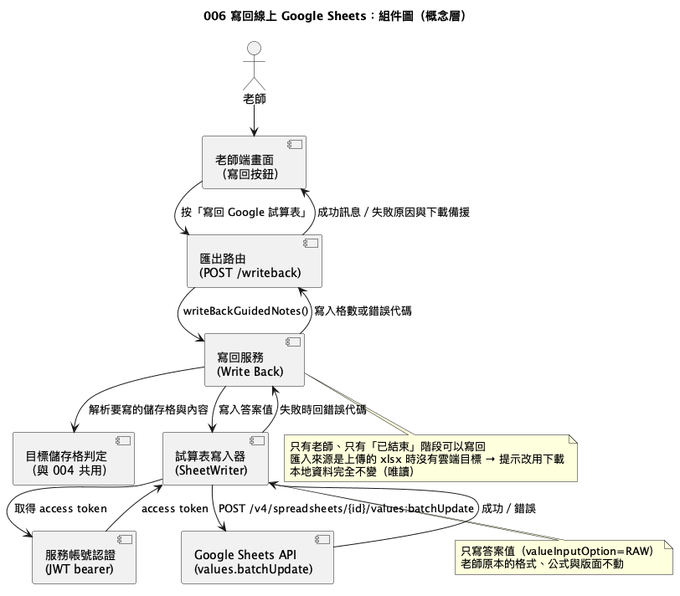
The PlantUML diagram diagrams/006-guided-notes-writeback-component.png in Danielweng0902/Answering-System_speckit, before a commit. Source of this version:
```plantuml
@startuml
!pragma layout smetana
!pragma layout smetana
title 006 寫回線上 Google Sheets：組件圖（概念層）

actor 老師
component "老師端畫面\n（寫回按鈕）" as TeacherUI
component "匯出路由\n(POST /writeback)" as Route
component "寫回服務\n(Write Back)" as Service
component "目標儲存格判定\n（與 004 共用）" as Targets
component "試算表寫入器\n(SheetWriter)" as Writer
component "服務帳號認證\n(JWT bearer)" as Auth
component "Google Sheets API\n(values.batchUpdate)" as Api

老師 --> TeacherUI
TeacherUI --> Route : 按「寫回 Google 試算表」
Route --> Service : writeBackGuidedNotes()
Service --> Targets : 解析要寫的儲存格與內容
Service --> Writer : 寫入答案值
Writer --> Auth : 取得 access token
Auth --> Writer : access token
Writer --> Api : POST /v4/spreadsheets/{id}/values:batchUpdate
Api --> Writer : 成功／錯誤
Writer --> Service : 失敗時回錯誤代碼
Service --> Route : 寫入格數或錯誤代碼
Route --> TeacherUI : 成功訊息／失敗原因與下載備援

note bottom of Service
  只有老師、只有「已結束」階段可以寫回
  匯入來源是上傳的 xlsx 時沒有雲端目標 → 提示改用下載
  本地資料完全不變（唯讀）
end note

note bottom of Writer
  只寫答案值（valueInputOption=RAW）
  老師原本的格式、公式與版面不動
end note
@enduml
```
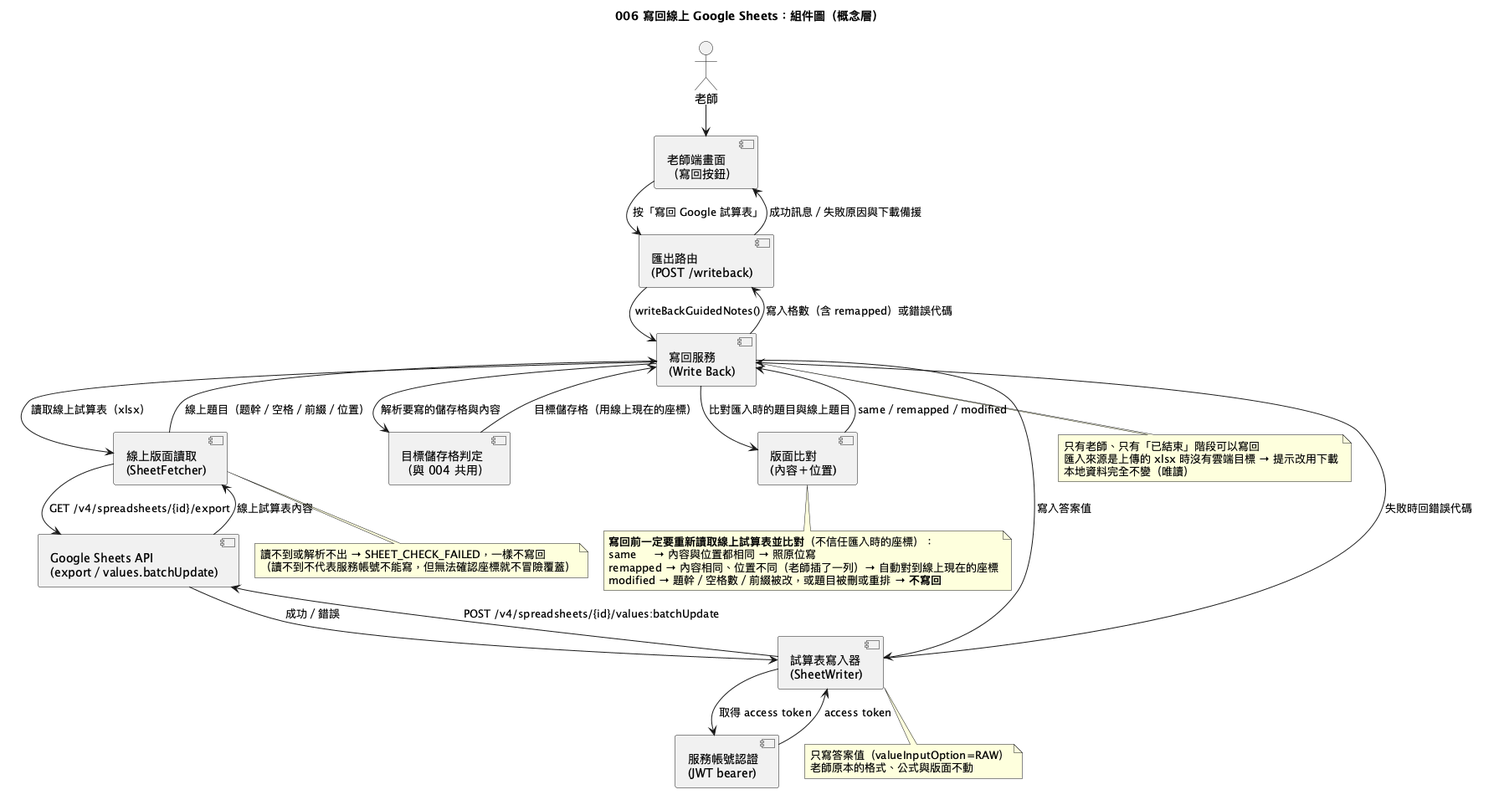
The same file after the commit.

Change to the diagram source:
```diff
@@ -7,22 +7,31 @@
 component "老師端畫面\n（寫回按鈕）" as TeacherUI
 component "匯出路由\n(POST /writeback)" as Route
 component "寫回服務\n(Write Back)" as Service
+component "線上版面讀取\n(SheetFetcher)" as Fetcher
 component "目標儲存格判定\n（與 004 共用）" as Targets
+component "版面比對\n(內容＋位置)" as Compare
 component "試算表寫入器\n(SheetWriter)" as Writer
 component "服務帳號認證\n(JWT bearer)" as Auth
-component "Google Sheets API\n(values.batchUpdate)" as Api
+component "Google Sheets API\n(export／values.batchUpdate)" as Api
 
 老師 --> TeacherUI
 TeacherUI --> Route : 按「寫回 Google 試算表」
 Route --> Service : writeBackGuidedNotes()
+Service --> Fetcher : 讀取線上試算表（xlsx）
+Fetcher --> Api : GET /v4/spreadsheets/{id}/export
+Api --> Fetcher : 線上試算表內容
+Fetcher --> Service : 線上題目（题幹／空格／前綴／位置）
+Service --> Compare : 比對匯入時的題目與線上題目
+Compare --> Service : same／remapped／modified
 Service --> Targets : 解析要寫的儲存格與內容
+Targets --> Service : 目標儲存格（用線上現在的座標）
 Service --> Writer : 寫入答案值
 Writer --> Auth : 取得 access token
 Auth --> Writer : access token
 Writer --> Api : POST /v4/spreadsheets/{id}/values:batchUpdate
 Api --> Writer : 成功／錯誤
 Writer --> Service : 失敗時回錯誤代碼
-Service --> Route : 寫入格數或錯誤代碼
+Service --> Route : 寫入格數（含 remapped）或錯誤代碼
 Route --> TeacherUI : 成功訊息／失敗原因與下載備援
 
 note bottom of Service
@@ -31,6 +40,18 @@
   本地資料完全不變（唯讀）
 end note
 
+note bottom of Compare
+  **寫回前一定要重新讀取線上試算表並比對**（不信任匯入時的座標）：
+  same     → 內容與位置都相同 → 照原位寫
+  remapped → 內容相同、位置不同（老師插了一列）→ 自動對到線上現在的座標
+  modified → 題幹／空格數／前綴被改，或題目被刪或重排 → **不寫回**
+end note
+
+note bottom of Fetcher
+  讀不到或解析不出 → SHEET_CHECK_FAILED，一樣不寫回
+  （讀不到不代表服務帳號不能寫，但無法確認座標就不冒險覆蓋）
+end note
+
 note bottom of Writer
   只寫答案值（valueInputOption=RAW）
   老師原本的格式、公式與版面不動
```
